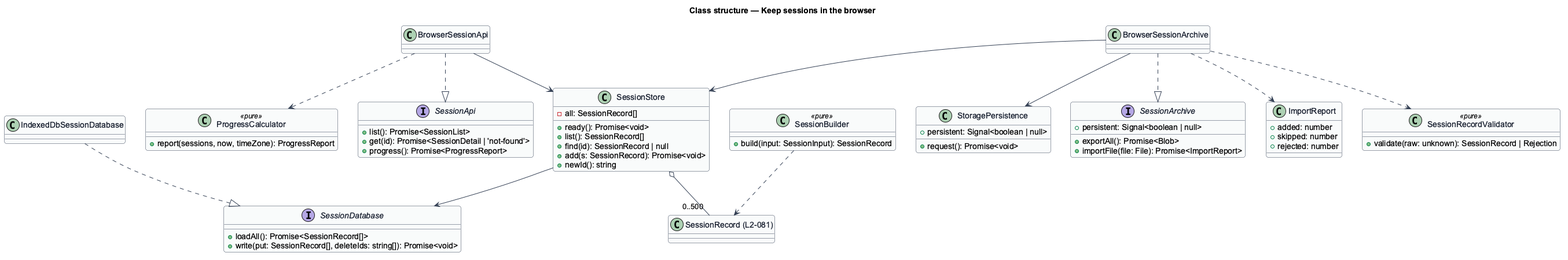
QuinntyneBrown/ride-one keeps this PlantUML diagram as docs/detailed-designs/browser-edition/keep-sessions-in-browser/diagrams/class-structure.png. Above is the earlier version.
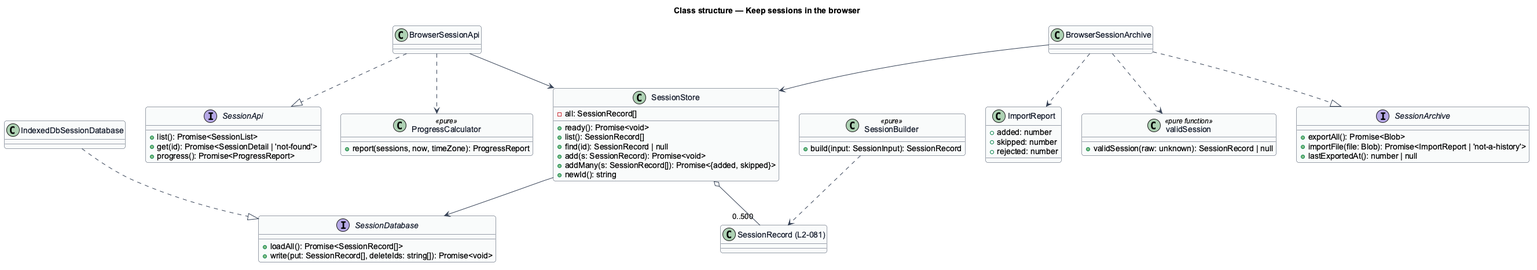
The same file after the commit.

Change to the diagram source:
```diff
@@ -22,6 +22,7 @@
   +list(): SessionRecord[]
   +find(id): SessionRecord | null
   +add(s: SessionRecord): Promise<void>
+  +addMany(s: SessionRecord[]): Promise<{added, skipped}>
   +newId(): string
 }
 class SessionBuilder <<pure>> {
@@ -30,12 +31,8 @@
 class ProgressCalculator <<pure>> {
   +report(sessions, now, timeZone): ProgressReport
 }
-class SessionRecordValidator <<pure>> {
-  +validate(raw: unknown): SessionRecord | Rejection
-}
-class StoragePersistence {
-  +persistent: Signal<boolean | null>
-  +request(): Promise<void>
+class "validSession" as SessionRecordValidator <<pure function>> {
+  +validSession(raw: unknown): SessionRecord | null
 }
 interface SessionApi {
   +list(): Promise<SessionList>
@@ -43,9 +40,9 @@
   +progress(): Promise<ProgressReport>
 }
 interface SessionArchive {
-  +persistent: Signal<boolean | null>
   +exportAll(): Promise<Blob>
-  +importFile(file: File): Promise<ImportReport>
+  +importFile(file: Blob): Promise<ImportReport | 'not-a-history'>
+  +lastExportedAt(): number | null
 }
 class ImportReport {
   +added: number
@@ -62,7 +59,6 @@
 BrowserSessionApi ..> ProgressCalculator
 BrowserSessionArchive --> SessionStore
 BrowserSessionArchive ..> SessionRecordValidator
-BrowserSessionArchive --> StoragePersistence
 BrowserSessionArchive ..> ImportReport
 SessionStore --> SessionDatabase
 IndexedDbSessionDatabase ..|> SessionDatabase
```
